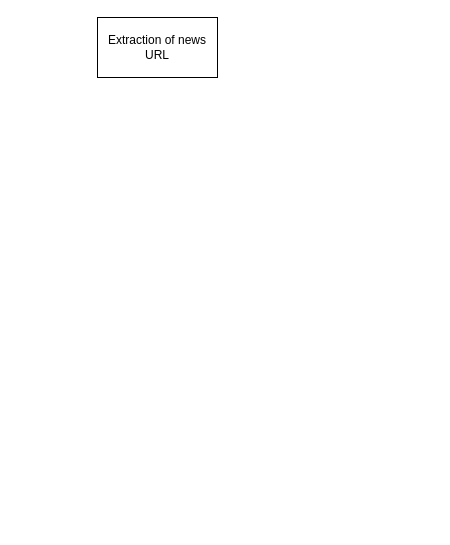
Above: Motaleb/Untitled Diagram.drawio in minhazul-alam/News_Gen (draw.io), before the change. Source tidied: cells renumbered, new cells numbered last; positions are measured from the earlier drawing's top-left corner, leaving out a move shared by most shapes. Both pictures are drawn from the tidied source at 100%, with x=0, y=0 at pixel (97, 17).
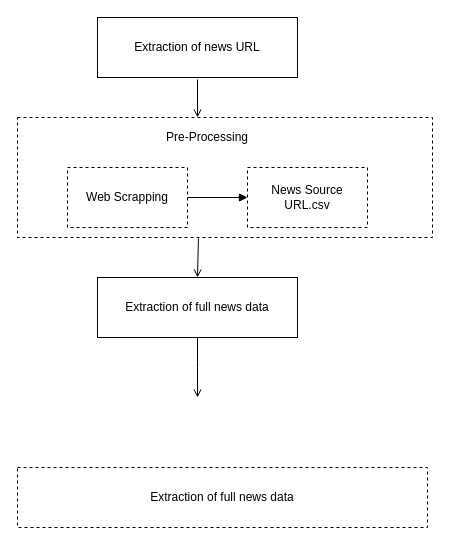
The same page after the edit.

Change to the diagram source:
```diff
@@
 <mxGraphModel background="#ffffff">
   <root>
     <mxCell id="0" />
     <mxCell id="1" parent="0" />
     <mxCell id="2" value="Extraction of news URL" style="rounded=0;whiteSpace=wrap;html=1;" parent="1" vertex="1">
-      <mxGeometry width="120" height="60" as="geometry" />
+      <mxGeometry width="200" height="60" as="geometry" />
     </mxCell>
+    <mxCell id="3" style="edgeStyle=orthogonalEdgeStyle;rounded=0;jettySize=auto;html=1;startArrow=none;startFill=0;endArrow=open;endFill=0;exitX=0.436;exitY=1.008;exitDx=0;exitDy=0;exitPerimeter=0;entryX=0.5;entryY=0;entryDx=0;entryDy=0;" parent="1" edge="1" source="4" target="10">
+      <mxGeometry relative="1" as="geometry" />
+    </mxCell>
+    <mxCell id="4" style="rounded=0;whiteSpace=wrap;html=1;dashed=1;" parent="1" vertex="1">
+      <mxGeometry x="-80" y="100" width="415" height="120" as="geometry" />
+    </mxCell>
+    <mxCell id="5" value="Web Scrapping" style="rounded=0;whiteSpace=wrap;html=1;dashed=1;" parent="1" vertex="1">
+      <mxGeometry x="-30" y="150" width="120" height="60" as="geometry" />
+    </mxCell>
+    <mxCell id="6" value="News Source URL.csv" style="rounded=0;whiteSpace=wrap;html=1;dashed=1;" parent="1" vertex="1">
+      <mxGeometry x="150" y="150" width="120" height="60" as="geometry" />
+    </mxCell>
+    <mxCell id="7" value="Pre-Processing" style="text;html=1;strokeColor=none;fillColor=none;align=center;verticalAlign=middle;whiteSpace=wrap;rounded=0;dashed=1;" parent="1" vertex="1">
+      <mxGeometry x="-40" y="110" width="300" height="20" as="geometry" />
+    </mxCell>
+    <mxCell id="8" style="endArrow=block;endFill=1;endSize=6;html=1;" parent="1" edge="1">
+      <mxGeometry relative="1" as="geometry">
+        <mxPoint x="90" y="180" as="sourcePoint" />
+        <mxPoint x="150" y="180" as="targetPoint" />
+      </mxGeometry>
+    </mxCell>
+    <mxCell id="9" style="edgeStyle=orthogonalEdgeStyle;rounded=0;jettySize=auto;html=1;startArrow=none;startFill=0;endArrow=open;endFill=0;targetPerimeterSpacing=1;" parent="1" edge="1" source="10">
+      <mxGeometry relative="1" as="geometry">
+        <mxPoint x="100" y="380" as="targetPoint" />
+      </mxGeometry>
+    </mxCell>
+    <mxCell id="10" value="Extraction of full news data" style="rounded=0;whiteSpace=wrap;html=1;strokeColor=#000000;fillColor=none;gradientColor=#ffffff;" parent="1" vertex="1">
+      <mxGeometry y="260" width="200" height="60" as="geometry" />
+    </mxCell>
+    <mxCell id="11" value="Extraction of full news data" style="rounded=0;whiteSpace=wrap;html=1;strokeColor=#000000;fillColor=none;gradientColor=#ffffff;dashed=1;" parent="1" vertex="1">
+      <mxGeometry x="-80" y="450" width="410" height="60" as="geometry" />
+    </mxCell>
+    <mxCell id="12" style="edgeStyle=orthogonalEdgeStyle;rounded=0;orthogonalLoop=1;jettySize=auto;html=1;startArrow=none;startFill=0;endArrow=open;endFill=0;targetPerimeterSpacing=1;" parent="1" edge="1">
+      <mxGeometry relative="1" as="geometry">
+        <mxPoint x="100" y="62" as="sourcePoint" />
+        <mxPoint x="100" y="100" as="targetPoint" />
+      </mxGeometry>
+    </mxCell>
   </root>
 </mxGraphModel>
```
